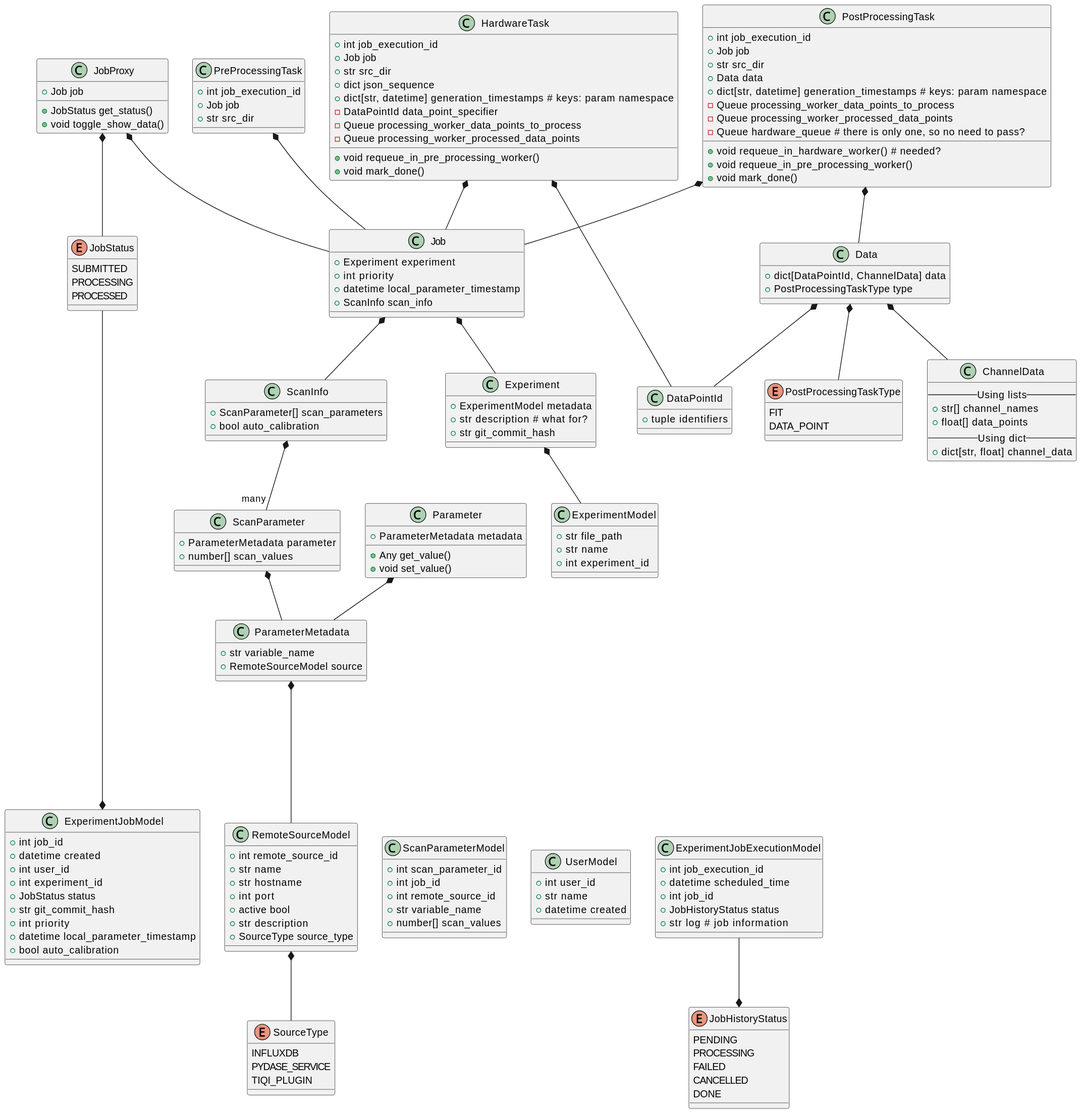
Earlier version of the PlantUML export docs/plantuml_diagrams/class_diagrams.svg (tiqi-group/icon). The source it was exported from:
```plantuml
@startuml
enum JobHistoryStatus {
    PENDING
    PROCESSING
    FAILED
    CANCELLED
    DONE
}

enum JobStatus {
    SUBMITTED
    PROCESSING
    PROCESSED
}

enum SourceType {
    INFLUXDB
    PYDASE_SERVICE
    TIQI_PLUGIN
}

enum PostProcessingTaskType {
    FIT
    DATA_POINT
}

class JobProxy {
    + Job job
    + JobStatus get_status()
    + void toggle_show_data()
}

class Job {
    + Experiment experiment
    + int priority
    + datetime local_parameter_timestamp
    + ScanInfo scan_info
}

class ScanInfo {
    + ScanParameter[] scan_parameters
    + bool auto_calibration
}

class Experiment {
    + ExperimentModel metadata
    + str description  # what for?
    + str git_commit_hash
}

class ExperimentModel {
    + str file_path
    + str name
    + int experiment_id
}

class ScanParameter {
    + ParameterMetadata parameter
    + number[] scan_values
}

class ParameterMetadata {
    + str variable_name
    + RemoteSourceModel source
}

class ScanParameterModel {
    + int scan_parameter_id
    + int job_id
    + int remote_source_id
    + str variable_name
    + number[] scan_values
}

class RemoteSourceModel {
    + int remote_source_id
    + str name
    + str hostname
    + int port
    + active bool
    + str description
    + SourceType source_type
}

class ExperimentJobModel {
    + int job_id
    + datetime created
    + int user_id
    + int experiment_id
    + JobStatus status
    + str git_commit_hash
    + int priority
    + datetime local_parameter_timestamp
    + bool auto_calibration

}

class UserModel {
    + int user_id
    + str name
    + datetime created
}

class ExperimentJobExecutionModel {
    + int job_execution_id
    + datetime scheduled_time
    + int job_id
    + JobHistoryStatus status
    + str log  # job information
}


ExperimentJobModel -[hidden]r-> RemoteSourceModel
ScanParameterModel -[hidden]l-> RemoteSourceModel
ScanParameterModel -[hidden]> UserModel
UserModel -[hidden]l> ExperimentJobModel
UserModel -[hidden]r> ExperimentJobExecutionModel
ExperimentJobExecutionModel --* JobHistoryStatus
JobStatus -------* ExperimentJobModel

class Parameter {
    + ParameterMetadata metadata
    + Any get_value()
    + void set_value()
}

class PreProcessingTask {
    + int job_execution_id
    + Job job
    + str src_dir
}

class HardwareTask {
    + int job_execution_id
    + Job job
    + str src_dir
    + dict json_sequence
    + dict[str, datetime] generation_timestamps  # keys: param namespace
    - DataPointId data_point_specifier
    - Queue processing_worker_data_points_to_process
    - Queue processing_worker_processed_data_points
    + void requeue_in_pre_processing_worker()
    + void mark_done()
}
class DataPointId{
    + tuple identifiers
}

class ChannelData {
    --Using lists--
    + str[] channel_names
    + float[] data_points
    --Using dict--
    + dict[str, float] channel_data
}
class Data {
    + dict[DataPointId, ChannelData] data
    + PostProcessingTaskType type
}
Data *-- ChannelData
Data *-- DataPointId
Data *-- PostProcessingTaskType

class PostProcessingTask {
    + int job_execution_id
    + Job job
    + str src_dir
    + Data data
    + dict[str, datetime] generation_timestamps  # keys: param namespace
    - Queue processing_worker_data_points_to_process
    - Queue processing_worker_processed_data_points
    - Queue hardware_queue  # there is only one, so no need to pass?
    + void requeue_in_hardware_worker()  # needed?
    + void requeue_in_pre_processing_worker()
    + void mark_done()
}

Job *-- Experiment
Experiment *-- ExperimentModel
Job *-- ScanInfo
ScanInfo *-- "many" ScanParameter
ScanParameter *-- ParameterMetadata
Parameter *-- ParameterMetadata
ParameterMetadata *-- RemoteSourceModel
RemoteSourceModel *-- SourceType
PreProcessingTask *-- Job
HardwareTask *-- Job
HardwareTask *-- DataPointId
PostProcessingTask *-- Job
PostProcessingTask *-- Data
JobProxy *-- Job
JobProxy *-- JobStatus
@enduml
```
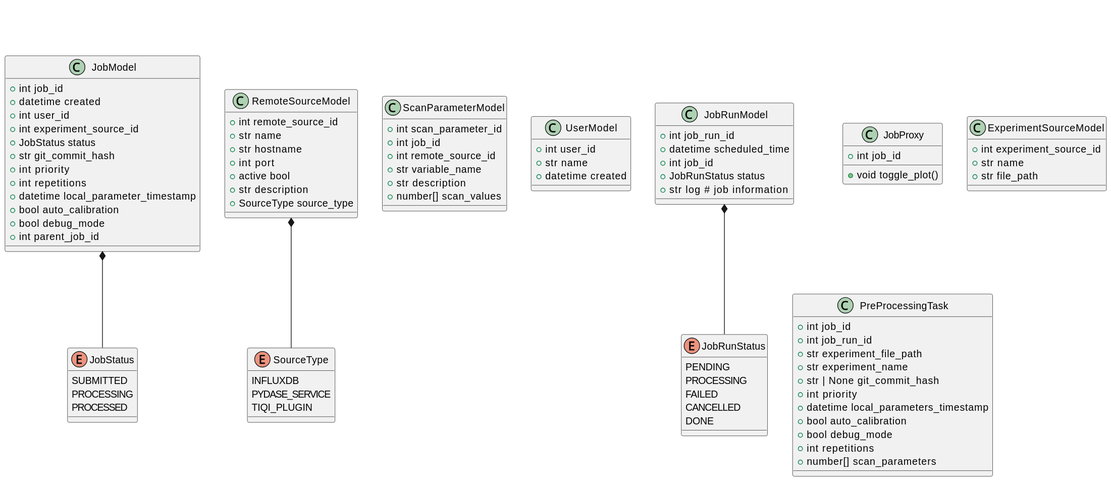
After the change.

Commit message:
updates class diagrams

Diff of the diagram source:
```diff
@@ -1,5 +1,5 @@
 @startuml
-enum JobHistoryStatus {
+enum JobRunStatus {
     PENDING
     PROCESSING
     FAILED
@@ -19,56 +19,19 @@
     TIQI_PLUGIN
 }
 
-enum PostProcessingTaskType {
-    FIT
-    DATA_POINT
+
+class JobProxy {
+    + int job_id
+    + void toggle_plot()
 }
 
-class JobProxy {
-    + Job job
-    + JobStatus get_status()
-    + void toggle_show_data()
-}
-
-class Job {
-    + Experiment experiment
-    + int priority
-    + datetime local_parameter_timestamp
-    + ScanInfo scan_info
-}
-
-class ScanInfo {
-    + ScanParameter[] scan_parameters
-    + bool auto_calibration
-}
-
-class Experiment {
-    + ExperimentModel metadata
-    + str description  # what for?
-    + str git_commit_hash
-}
-
-class ExperimentModel {
-    + str file_path
-    + str name
-    + int experiment_id
-}
-
-class ScanParameter {
-    + ParameterMetadata parameter
-    + number[] scan_values
-}
-
-class ParameterMetadata {
-    + str variable_name
-    + RemoteSourceModel source
-}
 
 class ScanParameterModel {
     + int scan_parameter_id
     + int job_id
     + int remote_source_id
     + str variable_name
+    + str description
     + number[] scan_values
 }
 
@@ -82,17 +45,25 @@
     + SourceType source_type
 }
 
-class ExperimentJobModel {
+class ExperimentSourceModel {
+    + int experiment_source_id
+    + str name
+    + str file_path
+}
+
+class JobModel {
     + int job_id
     + datetime created
     + int user_id
-    + int experiment_id
+    + int experiment_source_id
     + JobStatus status
     + str git_commit_hash
     + int priority
+    + int repetitions
     + datetime local_parameter_timestamp
     + bool auto_calibration
-
+    + bool debug_mode
+    + int parent_job_id
 }
 
 class UserModel {
@@ -101,93 +72,35 @@
     + datetime created
 }
 
-class ExperimentJobExecutionModel {
-    + int job_execution_id
+class JobRunModel {
+    + int job_run_id
     + datetime scheduled_time
     + int job_id
-    + JobHistoryStatus status
+    + JobRunStatus status
     + str log  # job information
 }
 
 
-ExperimentJobModel -[hidden]r-> RemoteSourceModel
+JobModel -[hidden]r-> RemoteSourceModel
 ScanParameterModel -[hidden]l-> RemoteSourceModel
 ScanParameterModel -[hidden]> UserModel
-UserModel -[hidden]l> ExperimentJobModel
-UserModel -[hidden]r> ExperimentJobExecutionModel
-ExperimentJobExecutionModel --* JobHistoryStatus
-JobStatus -------* ExperimentJobModel
-
-class Parameter {
-    + ParameterMetadata metadata
-    + Any get_value()
-    + void set_value()
-}
+UserModel -[hidden]l> JobModel
+UserModel -[hidden]r> JobRunModel
+JobRunModel *-- JobRunStatus
+RemoteSourceModel *-- SourceType
+JobModel *-- JobStatus
 
 class PreProcessingTask {
-    + int job_execution_id
-    + Job job
-    + str src_dir
+    + int job_id
+    + int job_run_id
+    + str experiment_file_path
+    + str experiment_name
+    + str | None git_commit_hash
+    + int priority
+    + datetime local_parameters_timestamp
+    + bool auto_calibration
+    + bool debug_mode
+    + int repetitions
+    + number[] scan_parameters
 }
-
-class HardwareTask {
-    + int job_execution_id
-    + Job job
-    + str src_dir
-    + dict json_sequence
-    + dict[str, datetime] generation_timestamps  # keys: param namespace
-    - DataPointId data_point_specifier
-    - Queue processing_worker_data_points_to_process
-    - Queue processing_worker_processed_data_points
-    + void requeue_in_pre_processing_worker()
-    + void mark_done()
-}
-class DataPointId{
-    + tuple identifiers
-}
-
-class ChannelData {
-    --Using lists--
-    + str[] channel_names
-    + float[] data_points
-    --Using dict--
-    + dict[str, float] channel_data
-}
-class Data {
-    + dict[DataPointId, ChannelData] data
-    + PostProcessingTaskType type
-}
-Data *-- ChannelData
-Data *-- DataPointId
-Data *-- PostProcessingTaskType
-
-class PostProcessingTask {
-    + int job_execution_id
-    + Job job
-    + str src_dir
-    + Data data
-    + dict[str, datetime] generation_timestamps  # keys: param namespace
-    - Queue processing_worker_data_points_to_process
-    - Queue processing_worker_processed_data_points
-    - Queue hardware_queue  # there is only one, so no need to pass?
-    + void requeue_in_hardware_worker()  # needed?
-    + void requeue_in_pre_processing_worker()
-    + void mark_done()
-}
-
-Job *-- Experiment
-Experiment *-- ExperimentModel
-Job *-- ScanInfo
-ScanInfo *-- "many" ScanParameter
-ScanParameter *-- ParameterMetadata
-Parameter *-- ParameterMetadata
-ParameterMetadata *-- RemoteSourceModel
-RemoteSourceModel *-- SourceType
-PreProcessingTask *-- Job
-HardwareTask *-- Job
-HardwareTask *-- DataPointId
-PostProcessingTask *-- Job
-PostProcessingTask *-- Data
-JobProxy *-- Job
-JobProxy *-- JobStatus
 @enduml
```
